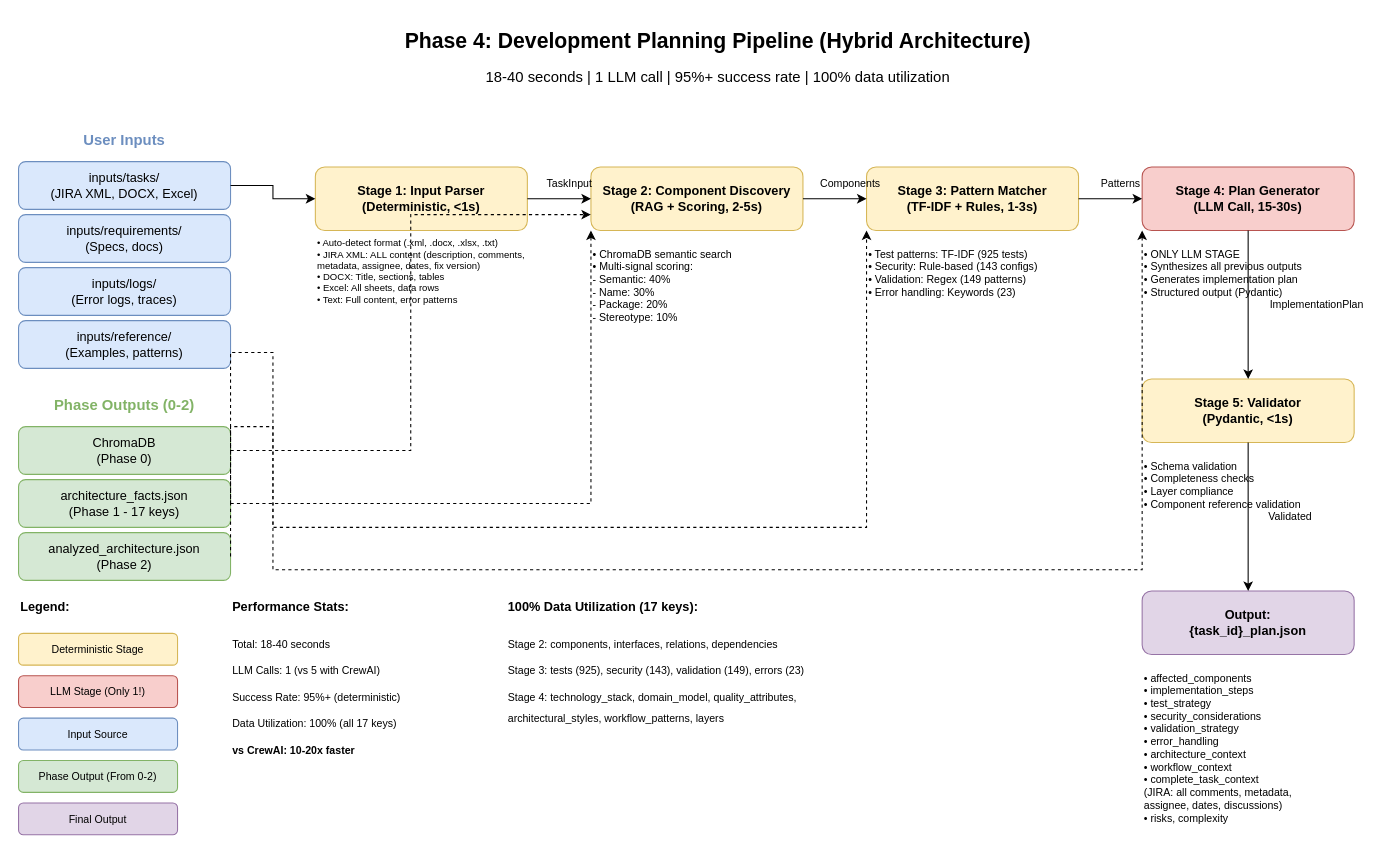
Before: docs/diagrams/phase4-pipeline.drawio in aymenmastouri/aicodegencrew, a draw.io diagram. Source tidied: cells renumbered, new cells numbered last; positions are measured from the earlier drawing's top-left corner, leaving out a move shared by most shapes. Both pictures are drawn from the tidied source at 106%, with x=0, y=0 at pixel (18, 18).
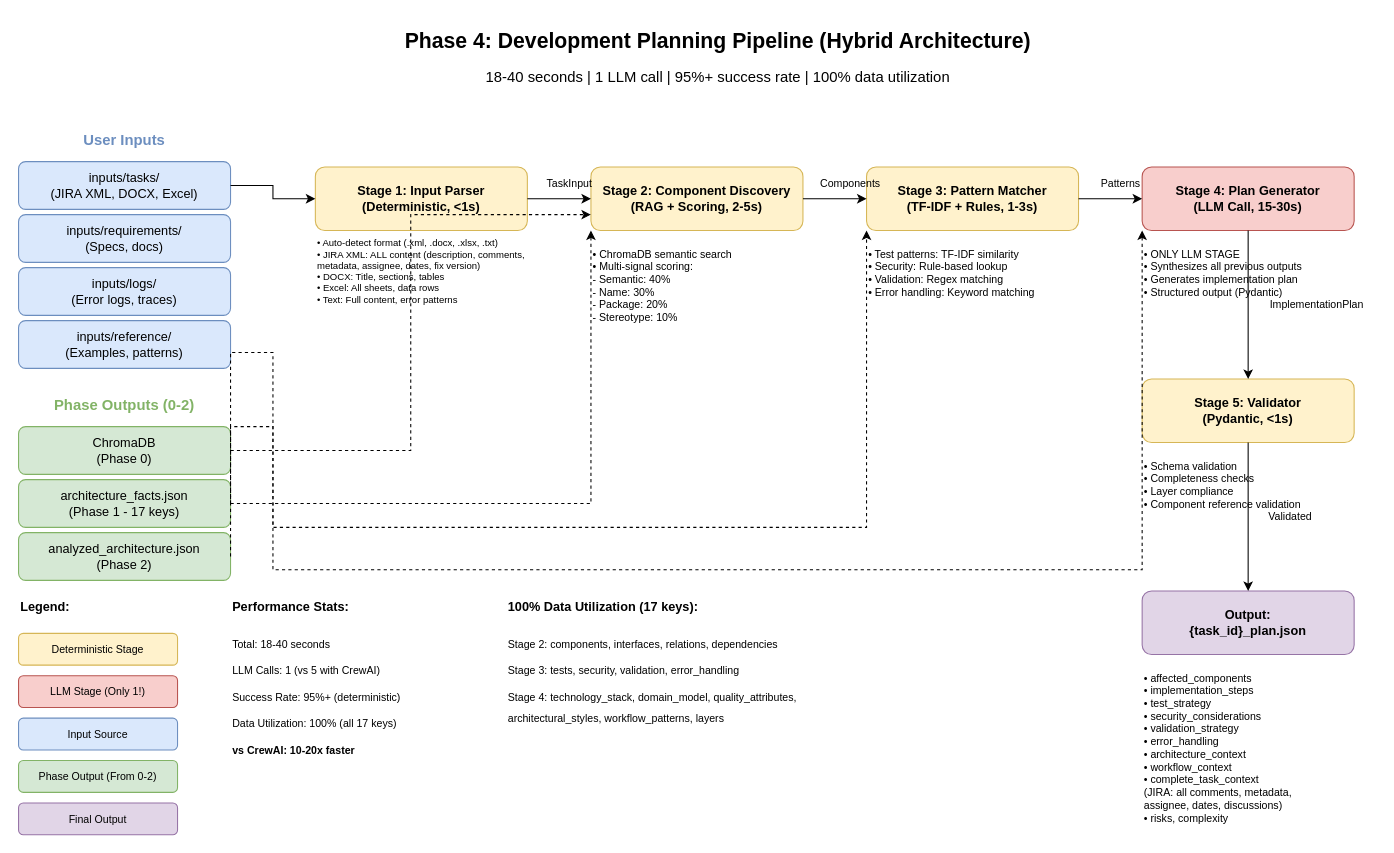
The same diagram, later.

The edit, as a diff of the source:
```diff
@@
-    <mxCell id="18" value="• Test patterns: TF-IDF (925 tests)&#10;• Security: Rule-based (143 configs)&#10;• Validation: Regex (149 patterns)&#10;• Error handling: Keywords (23)" style="text;html=1;strokeColor=none;fillColor=none;align=left;verticalAlign=top;whiteSpace=wrap;rounded=0;fontSize=10;" parent="1" vertex="1">
+    <mxCell id="18" value="• Test patterns: TF-IDF similarity&#10;• Security: Rule-based lookup&#10;• Validation: Regex matching&#10;• Error handling: Keyword matching" style="text;html=1;strokeColor=none;fillColor=none;align=left;verticalAlign=top;whiteSpace=wrap;rounded=0;fontSize=10;" parent="1" vertex="1">
       <mxGeometry x="800" y="210" width="200" height="80" as="geometry" />
     </mxCell>
@@
-    <mxCell id="54" value="Stage 3: tests (925), security (143), validation (149), errors (23)" style="text;html=1;strokeColor=none;fillColor=none;align=left;verticalAlign=middle;whiteSpace=wrap;rounded=0;fontSize=10;" parent="1" vertex="1">
+    <mxCell id="54" value="Stage 3: tests, security, validation, error_handling" style="text;html=1;strokeColor=none;fillColor=none;align=left;verticalAlign=middle;whiteSpace=wrap;rounded=0;fontSize=10;" parent="1" vertex="1">
       <mxGeometry x="460" y="605" width="400" height="20" as="geometry" />
     </mxCell>
```
